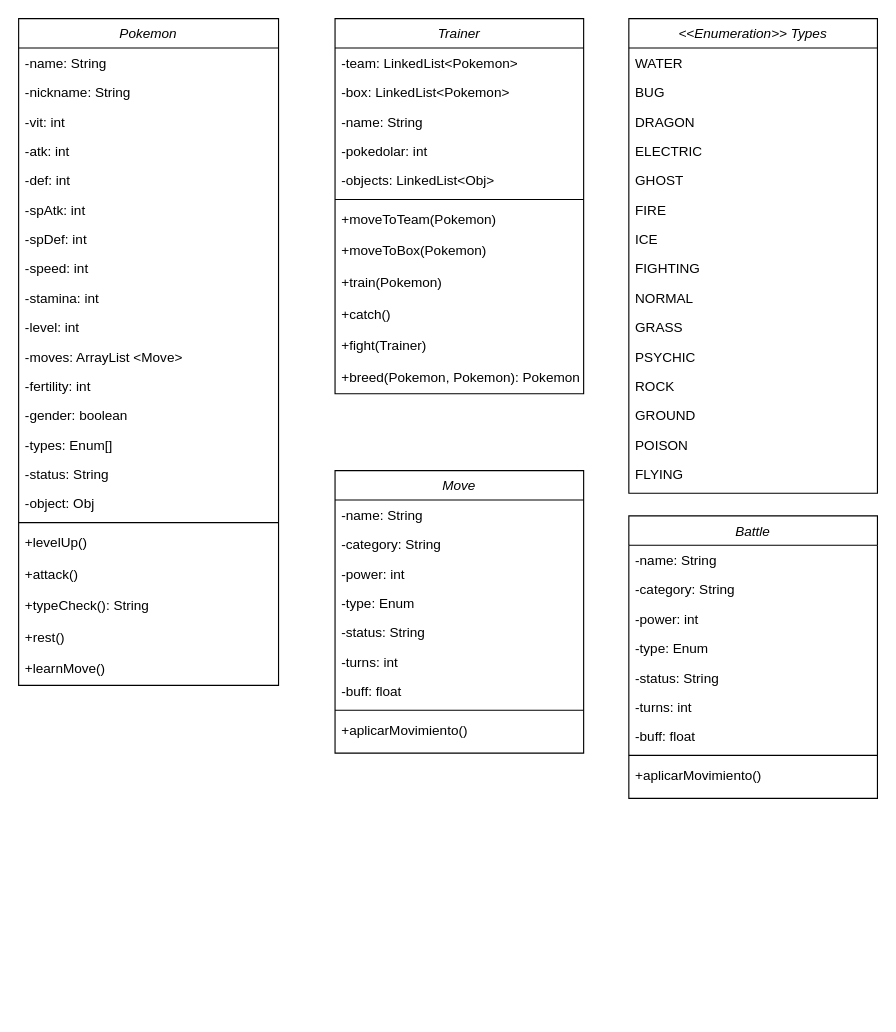
Earlier version of the draw.io diagram dia/DiagramaClasesPokemon.drawio (GabriLoren/Pokemon). Source tidied: cells renumbered, new cells numbered last; positions are measured from the earlier drawing's top-left corner, leaving out a move shared by most shapes. Both pictures are drawn from the tidied source at 113%, with x=0, y=0 at pixel (18, 18).
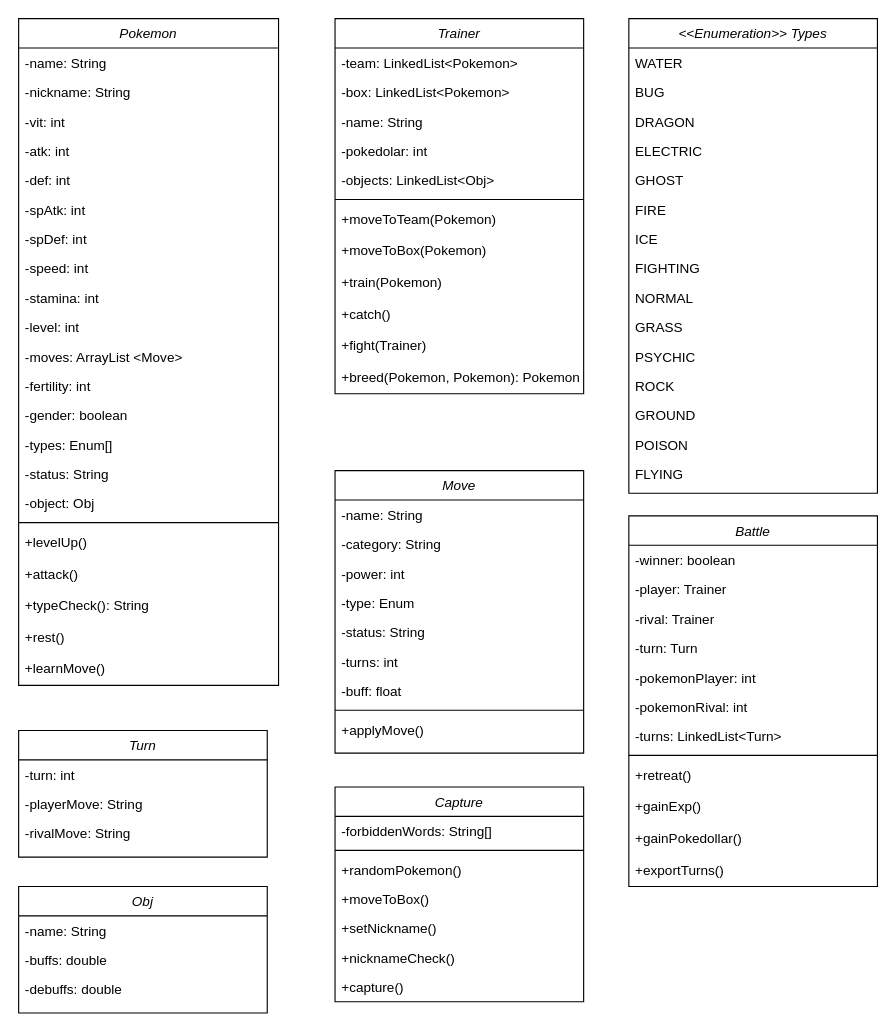
Above is the later version.

Commit message (it also covers changes not shown here):
Diagrama de clases versión 1.0

The change refers to these unchanged cells:
```xml
<mxCell id="38" value="Move" style="swimlane;fontStyle=2;align=center;verticalAlign=top;horizontal=1;startSize=26;rounded=0;shadow=0;strokeWidth=1;" parent="1" vertex="1">
  <mxGeometry x="280" y="400" width="220" height="250" as="geometry" />
</mxCell>
```

The edit, as a diff of the source:
```diff
@@
-    <mxCell id="47" value="+aplicarMovimiento()" style="text;align=left;verticalAlign=top;spacingLeft=4;spacingRight=4;overflow=hidden;" parent="38" vertex="1">
+    <mxCell id="47" value="+applyMove()" style="text;align=left;verticalAlign=top;spacingLeft=4;spacingRight=4;overflow=hidden;" parent="38" vertex="1">
       <mxGeometry y="216" width="220" height="28" as="geometry" />
     </mxCell>
@@
     <mxCell id="64" value="Battle" style="swimlane;fontStyle=2;align=center;verticalAlign=top;horizontal=1;startSize=26;rounded=0;shadow=0;strokeWidth=1;" parent="1" vertex="1">
-      <mxGeometry x="540" y="440" width="220" height="250" as="geometry" />
+      <mxGeometry x="540" y="440" width="220" height="328" as="geometry" />
     </mxCell>
-    <mxCell id="65" value="-name: String" style="text;align=left;verticalAlign=top;spacingLeft=4;spacingRight=4;overflow=hidden;rounded=0;shadow=0;html=0;" parent="64" vertex="1">
+    <mxCell id="65" value="-winner: boolean" style="text;align=left;verticalAlign=top;spacingLeft=4;spacingRight=4;overflow=hidden;rounded=0;shadow=0;html=0;" parent="64" vertex="1">
       <mxGeometry y="26" width="220" height="26" as="geometry" />
     </mxCell>
-    <mxCell id="66" value="-category: String " style="text;align=left;verticalAlign=top;spacingLeft=4;spacingRight=4;overflow=hidden;" parent="64" vertex="1">
+    <mxCell id="66" value="-player: Trainer" style="text;align=left;verticalAlign=top;spacingLeft=4;spacingRight=4;overflow=hidden;" parent="64" vertex="1">
       <mxGeometry y="52" width="220" height="26" as="geometry" />
     </mxCell>
-    <mxCell id="67" value="-power: int " style="text;align=left;verticalAlign=top;spacingLeft=4;spacingRight=4;overflow=hidden;rounded=0;shadow=0;html=0;" parent="64" vertex="1">
+    <mxCell id="67" value="-rival: Trainer" style="text;align=left;verticalAlign=top;spacingLeft=4;spacingRight=4;overflow=hidden;rounded=0;shadow=0;html=0;" parent="64" vertex="1">
       <mxGeometry y="78" width="220" height="26" as="geometry" />
     </mxCell>
-    <mxCell id="68" value="-type: Enum" style="text;align=left;verticalAlign=top;spacingLeft=4;spacingRight=4;overflow=hidden;rounded=0;shadow=0;html=0;" parent="64" vertex="1">
+    <mxCell id="68" value="-turn: Turn" style="text;align=left;verticalAlign=top;spacingLeft=4;spacingRight=4;overflow=hidden;rounded=0;shadow=0;html=0;" parent="64" vertex="1">
       <mxGeometry y="104" width="220" height="26" as="geometry" />
     </mxCell>
-    <mxCell id="69" value="-status: String" style="text;align=left;verticalAlign=top;spacingLeft=4;spacingRight=4;overflow=hidden;rounded=0;shadow=0;html=0;" parent="64" vertex="1">
+    <mxCell id="69" value="-pokemonPlayer: int" style="text;align=left;verticalAlign=top;spacingLeft=4;spacingRight=4;overflow=hidden;rounded=0;shadow=0;html=0;" parent="64" vertex="1">
       <mxGeometry y="130" width="220" height="26" as="geometry" />
     </mxCell>
-    <mxCell id="70" value="-turns: int" style="text;align=left;verticalAlign=top;spacingLeft=4;spacingRight=4;overflow=hidden;rounded=0;shadow=0;html=0;" parent="64" vertex="1">
+    <mxCell id="70" value="-pokemonRival: int" style="text;align=left;verticalAlign=top;spacingLeft=4;spacingRight=4;overflow=hidden;rounded=0;shadow=0;html=0;" parent="64" vertex="1">
       <mxGeometry y="156" width="220" height="26" as="geometry" />
     </mxCell>
-    <mxCell id="71" value="-buff: float" style="text;align=left;verticalAlign=top;spacingLeft=4;spacingRight=4;overflow=hidden;rounded=0;shadow=0;html=0;" parent="64" vertex="1">
+    <mxCell id="71" value="-turns: LinkedList&lt;Turn&gt;" style="text;align=left;verticalAlign=top;spacingLeft=4;spacingRight=4;overflow=hidden;rounded=0;shadow=0;html=0;" parent="64" vertex="1">
       <mxGeometry y="182" width="220" height="26" as="geometry" />
     </mxCell>
@@
-    <mxCell id="73" value="+aplicarMovimiento()" style="text;align=left;verticalAlign=top;spacingLeft=4;spacingRight=4;overflow=hidden;" parent="64" vertex="1">
+    <mxCell id="73" value="+retreat()" style="text;align=left;verticalAlign=top;spacingLeft=4;spacingRight=4;overflow=hidden;" parent="64" vertex="1">
       <mxGeometry y="216" width="220" height="28" as="geometry" />
     </mxCell>
+    <mxCell id="74" value="+gainExp()" style="text;align=left;verticalAlign=top;spacingLeft=4;spacingRight=4;overflow=hidden;" parent="64" vertex="1">
+      <mxGeometry y="244" width="220" height="28" as="geometry" />
+    </mxCell>
+    <mxCell id="75" value="+gainPokedollar()" style="text;align=left;verticalAlign=top;spacingLeft=4;spacingRight=4;overflow=hidden;" parent="64" vertex="1">
+      <mxGeometry y="272" width="220" height="28" as="geometry" />
+    </mxCell>
+    <mxCell id="76" value="+exportTurns()" style="text;align=left;verticalAlign=top;spacingLeft=4;spacingRight=4;overflow=hidden;" parent="64" vertex="1">
+      <mxGeometry y="300" width="220" height="28" as="geometry" />
+    </mxCell>
+    <mxCell id="77" value="Turn" style="swimlane;fontStyle=2;align=center;verticalAlign=top;horizontal=1;startSize=26;rounded=0;shadow=0;strokeWidth=1;" parent="1" vertex="1">
+      <mxGeometry y="630" width="220" height="112" as="geometry" />
+    </mxCell>
+    <mxCell id="78" value="-turn: int" style="text;align=left;verticalAlign=top;spacingLeft=4;spacingRight=4;overflow=hidden;rounded=0;shadow=0;html=0;" parent="77" vertex="1">
+      <mxGeometry y="26" width="220" height="26" as="geometry" />
+    </mxCell>
+    <mxCell id="79" value="-playerMove: String" style="text;align=left;verticalAlign=top;spacingLeft=4;spacingRight=4;overflow=hidden;" parent="77" vertex="1">
+      <mxGeometry y="52" width="220" height="26" as="geometry" />
+    </mxCell>
+    <mxCell id="80" value="-rivalMove: String" style="text;align=left;verticalAlign=top;spacingLeft=4;spacingRight=4;overflow=hidden;rounded=0;shadow=0;html=0;" parent="77" vertex="1">
+      <mxGeometry y="78" width="220" height="26" as="geometry" />
+    </mxCell>
+    <mxCell id="81" value="Capture" style="swimlane;fontStyle=2;align=center;verticalAlign=top;horizontal=1;startSize=26;rounded=0;shadow=0;strokeWidth=1;" parent="1" vertex="1">
+      <mxGeometry x="280" y="680" width="220" height="190" as="geometry" />
+    </mxCell>
+    <mxCell id="82" value="-forbiddenWords: String[]" style="text;align=left;verticalAlign=top;spacingLeft=4;spacingRight=4;overflow=hidden;" parent="81" vertex="1">
+      <mxGeometry y="26" width="220" height="26" as="geometry" />
+    </mxCell>
+    <mxCell id="83" style="line;html=1;strokeWidth=1;align=left;verticalAlign=middle;spacingTop=-1;spacingLeft=3;spacingRight=3;labelPosition=right;" parent="81" vertex="1">
+      <mxGeometry y="52" width="220" height="8" as="geometry" />
+    </mxCell>
+    <mxCell id="84" value="+randomPokemon()" style="text;align=left;verticalAlign=top;spacingLeft=4;spacingRight=4;overflow=hidden;rounded=0;shadow=0;html=0;" parent="81" vertex="1">
+      <mxGeometry y="60" width="220" height="26" as="geometry" />
+    </mxCell>
+    <mxCell id="85" value="+moveToBox()" style="text;align=left;verticalAlign=top;spacingLeft=4;spacingRight=4;overflow=hidden;rounded=0;shadow=0;html=0;" parent="81" vertex="1">
+      <mxGeometry y="86" width="220" height="26" as="geometry" />
+    </mxCell>
+    <mxCell id="86" value="+setNickname()" style="text;align=left;verticalAlign=top;spacingLeft=4;spacingRight=4;overflow=hidden;rounded=0;shadow=0;html=0;" parent="81" vertex="1">
+      <mxGeometry y="112" width="220" height="26" as="geometry" />
+    </mxCell>
+    <mxCell id="87" value="+nicknameCheck()" style="text;align=left;verticalAlign=top;spacingLeft=4;spacingRight=4;overflow=hidden;rounded=0;shadow=0;html=0;" parent="81" vertex="1">
+      <mxGeometry y="138" width="220" height="26" as="geometry" />
+    </mxCell>
+    <mxCell id="88" value="+capture()" style="text;align=left;verticalAlign=top;spacingLeft=4;spacingRight=4;overflow=hidden;" parent="81" vertex="1">
+      <mxGeometry y="164" width="220" height="26" as="geometry" />
+    </mxCell>
+    <mxCell id="89" value="Obj" style="swimlane;fontStyle=2;align=center;verticalAlign=top;horizontal=1;startSize=26;rounded=0;shadow=0;strokeWidth=1;" parent="1" vertex="1">
+      <mxGeometry y="768" width="220" height="112" as="geometry" />
+    </mxCell>
+    <mxCell id="90" value="-name: String" style="text;align=left;verticalAlign=top;spacingLeft=4;spacingRight=4;overflow=hidden;rounded=0;shadow=0;html=0;" parent="89" vertex="1">
+      <mxGeometry y="26" width="220" height="26" as="geometry" />
+    </mxCell>
+    <mxCell id="91" value="-buffs: double " style="text;align=left;verticalAlign=top;spacingLeft=4;spacingRight=4;overflow=hidden;" parent="89" vertex="1">
+      <mxGeometry y="52" width="220" height="26" as="geometry" />
+    </mxCell>
+    <mxCell id="92" value="-debuffs: double" style="text;align=left;verticalAlign=top;spacingLeft=4;spacingRight=4;overflow=hidden;rounded=0;shadow=0;html=0;" parent="89" vertex="1">
+      <mxGeometry y="78" width="220" height="26" as="geometry" />
+    </mxCell>
```
